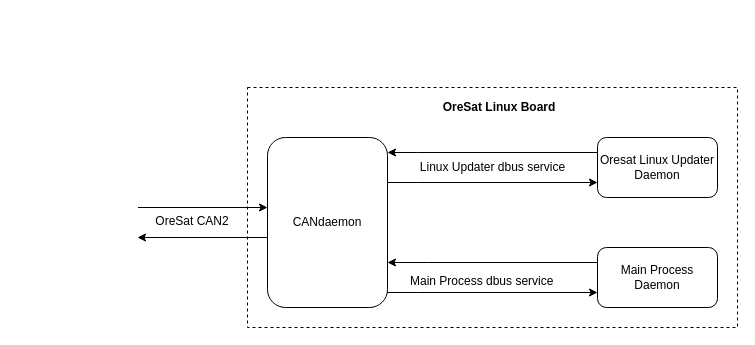
oresat/oresat-linux-manager keeps this draw.io diagram as docs/OreSatLinuxDiagram.drawio. Above is the earlier version. Source tidied: cells renumbered, new cells numbered last; positions are measured from the earlier drawing's top-left corner, leaving out a move shared by most shapes. Both pictures are drawn from the tidied source at 100%, with x=0, y=0 at pixel (17, 87).
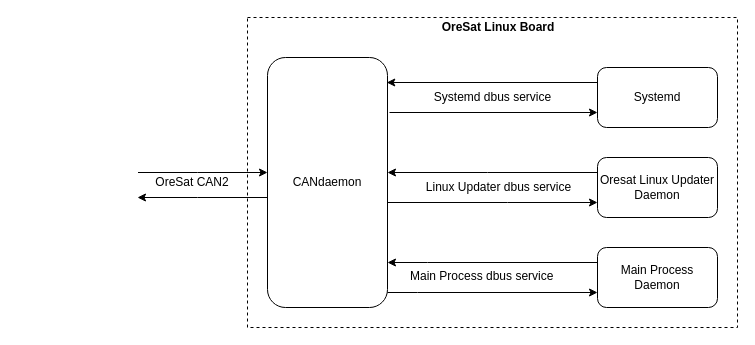
After the change.

Commit message (it also covers changes not shown here):
updated candaemon diagram

The edit, as a diff of the source:
```diff
@@
     <mxCell id="2" style="rounded=0;whiteSpace=wrap;html=1;dashed=1;" parent="1" vertex="1">
-      <mxGeometry x="230" width="490" height="240" as="geometry" />
+      <mxGeometry x="230" y="-70" width="490" height="310" as="geometry" />
     </mxCell>
     <mxCell id="3" value="OreSat CAN2" style="text;html=1;strokeColor=none;fillColor=none;align=center;verticalAlign=middle;whiteSpace=wrap;rounded=0;" parent="1" vertex="1">
-      <mxGeometry x="130" y="110" width="90" height="48" as="geometry" />
+      <mxGeometry x="130" y="71" width="90" height="48" as="geometry" />
     </mxCell>
     <mxCell id="4" value="&lt;b&gt;OreSat Linux Board&lt;/b&gt;" style="text;html=1;strokeColor=none;fillColor=none;align=center;verticalAlign=middle;whiteSpace=wrap;rounded=0;dashed=1;" parent="1" vertex="1">
-      <mxGeometry x="404" y="10" width="156" height="20" as="geometry" />
+      <mxGeometry x="403" y="-70" width="156" height="20" as="geometry" />
     </mxCell>
     <mxCell id="5" value="CANdaemon" style="rounded=1;whiteSpace=wrap;html=1;" parent="1" vertex="1">
-      <mxGeometry x="250" y="50" width="120" height="170" as="geometry" />
+      <mxGeometry x="250" y="-30" width="120" height="250" as="geometry" />
     </mxCell>
     <mxCell id="6" style="edgeStyle=orthogonalEdgeStyle;rounded=0;jettySize=auto;html=1;exitX=0;exitY=0.25;exitDx=0;exitDy=0;" parent="1" edge="1" source="8" target="5">
       <mxGeometry relative="1" as="geometry">
         <Array as="points">
-          <mxPoint x="400" y="65" />
-          <mxPoint x="400" y="65" />
+          <mxPoint x="470" y="85" />
+          <mxPoint x="470" y="85" />
         </Array>
       </mxGeometry>
     </mxCell>
     <mxCell id="7" style="edgeStyle=orthogonalEdgeStyle;rounded=0;jettySize=auto;html=1;exitX=0;exitY=0.75;exitDx=0;exitDy=0;endArrow=none;endFill=0;startArrow=classic;startFill=1;" parent="1" edge="1" source="8" target="5">
       <mxGeometry relative="1" as="geometry">
         <Array as="points">
-          <mxPoint x="400" y="95" />
-          <mxPoint x="400" y="95" />
+          <mxPoint x="490" y="115" />
+          <mxPoint x="490" y="115" />
         </Array>
       </mxGeometry>
     </mxCell>
     <mxCell id="8" value="Oresat Linux Updater Daemon" style="rounded=1;whiteSpace=wrap;html=1;" parent="1" vertex="1">
-      <mxGeometry x="580" y="50" width="120" height="60" as="geometry" />
+      <mxGeometry x="580" y="70" width="120" height="60" as="geometry" />
     </mxCell>
@@
     <mxCell id="12" value="Linux Updater dbus service" style="text;html=1;align=center;verticalAlign=middle;" parent="1" vertex="1">
-      <mxGeometry x="390" y="70" width="170" height="20" as="geometry" />
+      <mxGeometry x="396" y="90" width="170" height="20" as="geometry" />
     </mxCell>
     <mxCell id="13" value="Main Process dbus service" style="text;html=1;" parent="1" vertex="1">
-      <mxGeometry x="391" y="180" width="180" height="30" as="geometry" />
+      <mxGeometry x="391" y="175" width="180" height="30" as="geometry" />
     </mxCell>
     <mxCell id="14" style="edgeStyle=orthogonalEdgeStyle;rounded=0;jettySize=auto;html=1;startArrow=classic;startFill=1;endArrow=none;endFill=0;exitX=1;exitY=0.75;exitDx=0;exitDy=0;" parent="1" edge="1" source="16" target="5">
       <mxGeometry relative="1" as="geometry">
         <Array as="points">
-          <mxPoint x="230" y="150" />
-          <mxPoint x="230" y="150" />
+          <mxPoint x="180" y="110" />
+          <mxPoint x="180" y="110" />
         </Array>
       </mxGeometry>
     </mxCell>
     <mxCell id="15" style="edgeStyle=orthogonalEdgeStyle;rounded=0;jettySize=auto;html=1;startArrow=none;startFill=0;endArrow=classic;endFill=1;exitX=1;exitY=0.25;exitDx=0;exitDy=0;" parent="1" edge="1" source="16" target="5">
       <mxGeometry relative="1" as="geometry">
         <Array as="points">
-          <mxPoint x="230" y="120" />
-          <mxPoint x="230" y="120" />
+          <mxPoint x="180" y="85" />
+          <mxPoint x="180" y="85" />
         </Array>
       </mxGeometry>
     </mxCell>
     <mxCell id="16" style="rounded=1;whiteSpace=wrap;html=1;strokeColor=#FFFFFF;" parent="1" vertex="1">
-      <mxGeometry y="105" width="120" height="60" as="geometry" />
+      <mxGeometry x="110" y="65" width="10" height="60" as="geometry" />
     </mxCell>
+    <mxCell id="17" style="edgeStyle=orthogonalEdgeStyle;rounded=0;jettySize=auto;html=1;exitX=0;exitY=0.25;exitDx=0;exitDy=0;entryX=0.994;entryY=0.1;entryDx=0;entryDy=0;entryPerimeter=0;" parent="1" edge="1" source="19" target="5">
+      <mxGeometry relative="1" as="geometry" />
+    </mxCell>
+    <mxCell id="18" style="edgeStyle=orthogonalEdgeStyle;rounded=0;jettySize=auto;html=1;exitX=0;exitY=0.75;exitDx=0;exitDy=0;endArrow=none;endFill=0;startArrow=classic;startFill=1;" parent="1" edge="1" source="19">
+      <mxGeometry relative="1" as="geometry">
+        <mxPoint x="372" y="25" as="targetPoint" />
+        <Array as="points">
+          <mxPoint x="372" y="25" />
+        </Array>
+      </mxGeometry>
+    </mxCell>
+    <mxCell id="19" value="Systemd" style="rounded=1;whiteSpace=wrap;html=1;" parent="1" vertex="1">
+      <mxGeometry x="580" y="-20" width="120" height="60" as="geometry" />
+    </mxCell>
+    <mxCell id="20" value="Systemd dbus service" style="text;html=1;align=center;verticalAlign=middle;" parent="1" vertex="1">
+      <mxGeometry x="405" width="140" height="20" as="geometry" />
+    </mxCell>
```
